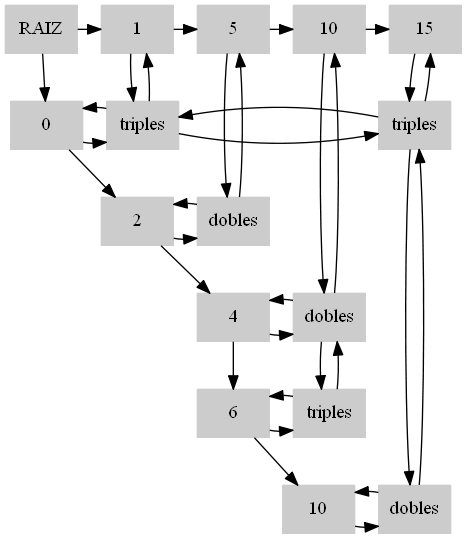
Earlier version of the Graphviz export RepMatriz.png (loumisha96/EDD_1S2020_PY1_201602935). Its source is kept beside it as RepMatriz.dot.
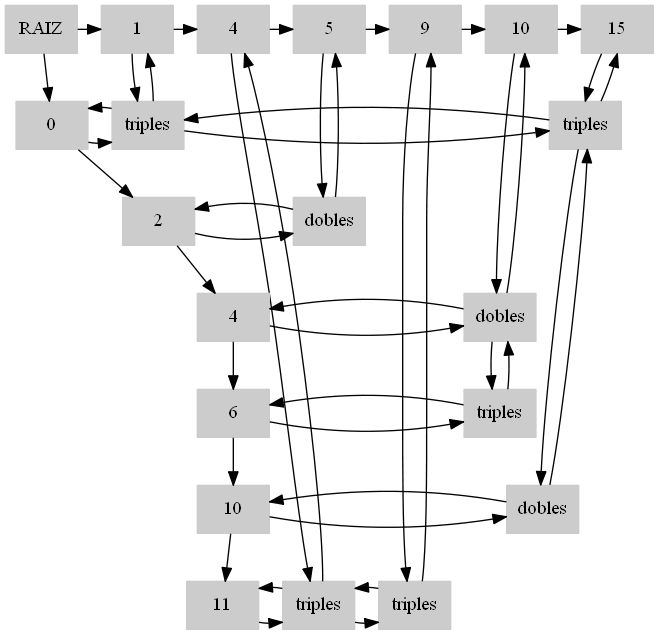
After the commit.

The edit, as a diff of the source:
```diff
@@ -2,40 +2,50 @@
 node[shape=box, style=filled, color = Gray80];
 edge[color=black]
 rankdir=UD
-{rank = same;-1,C1,C5,C10,C15};
+{rank = same;-1,C1,C4,C5,C9,C10,C15};
 -1[label="RAIZ"];
 -1->C1
 C1[label="1"];
+C4[label="4"];
 C5[label="5"];
+C9[label="9"];
 C10[label="10"];
 C15[label="15"];
-C1->C5->C10->C15
+C1->C4->C5->C9->C10->C15
 -1->F0
 F0[label="0"];
 F2[label="2"];
 F4[label="4"];
 F6[label="6"];
 F10[label="10"];
-F0->F2->F4->F6->F10
+F11[label="11"];
+F0->F2->F4->F6->F10->F11
 01[label="triples"];
 015[label="triples"];
 25[label="dobles"];
 410[label="dobles"];
 610[label="triples"];
 1015[label="dobles"];
+114[label="triples"];
+119[label="triples"];
 F0->01
 F2->25
 F4->410
 F6->610
 F10->1015
+F11->114
 01[label="triples"];
+114[label="triples"];
 25[label="dobles"];
+119[label="triples"];
 410[label="dobles"];
 610[label="triples"];
 015[label="triples"];
 1015[label="dobles"];
 C1->01
+C4->114
 C5->25
+C9->119
 C10->410
 C15->015
 {rank = same;F0,01,015};
@@ -43,8 +53,11 @@
 {rank = same;F4,410};
 {rank = same;F6,610};
 {rank = same;F10,1015};
+{rank = same;F11,114,119};
 {rank = main;C1,01};
+{rank = main;C4,114};
 {rank = main;C5,25};
+{rank = main;C9,119};
 {rank = main;C10,410,610};
 {rank = main;C15,015,1015};
 01->015
@@ -63,11 +76,21 @@
 1015
 1015->F10
 
+114->119
+114->F11
+119->114
+
 01->C1
 01
 
+114->C4
+114
+
 25->C5
 25
+
+119->C9
+119
 
 410->C10
 410->610
```
